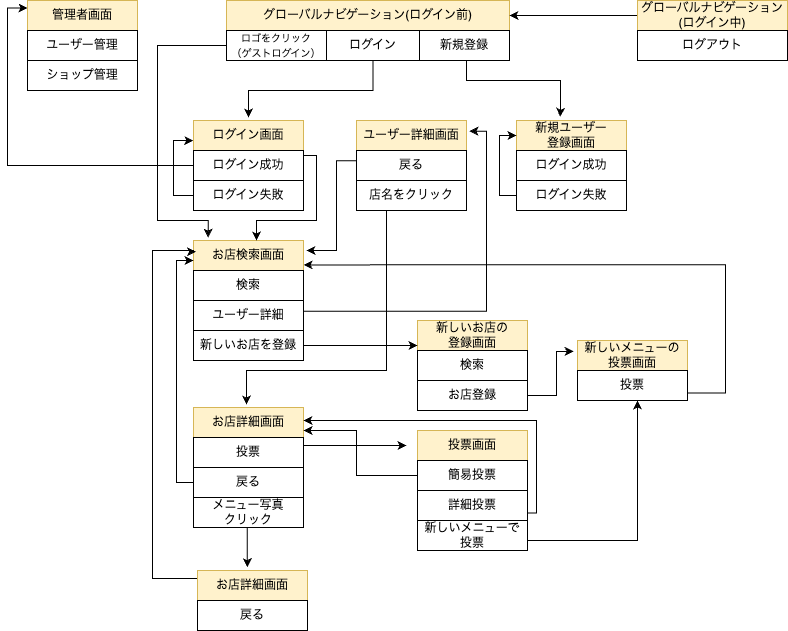
The draw.io diagram img/ジモグル画面遷移.png in yuko-fu/jimoguru, before a commit. Source tidied: cells renumbered, new cells last; positions are measured from the earlier drawing's top-left corner, leaving out a move shared by most shapes.
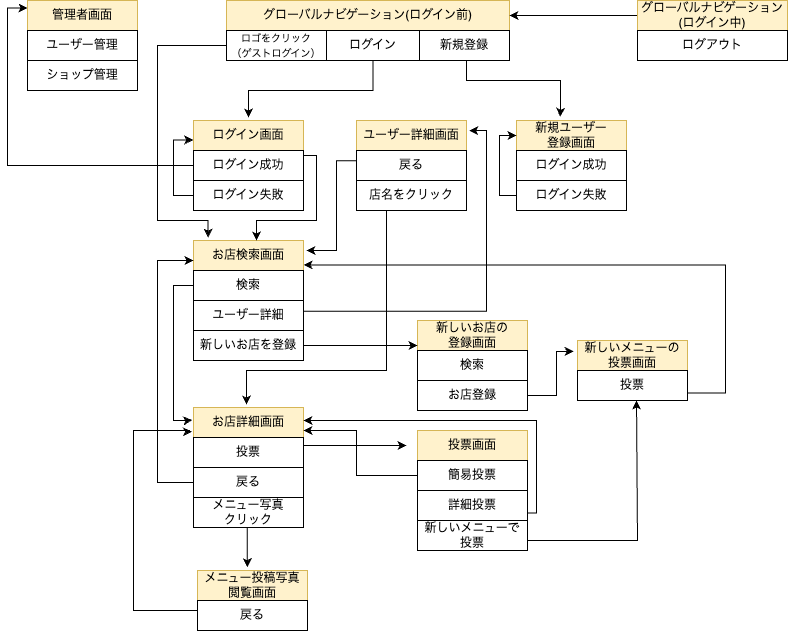
Above is the later version.

Diff of the diagram source:
```diff
@@ -106,6 +106,15 @@
     <mxCell id="25" value="ログイン失敗" style="rounded=0;whiteSpace=wrap;html=1;" parent="1" vertex="1">
       <mxGeometry x="489" y="180" width="110" height="30" as="geometry" />
     </mxCell>
+    <mxCell id="60" style="edgeStyle=orthogonalEdgeStyle;rounded=0;jettySize=auto;html=1;exitX=0;exitY=0.5;exitDx=0;exitDy=0;entryX=-0.011;entryY=0.418;entryDx=0;entryDy=0;entryPerimeter=0;" parent="1" edge="1" source="26" target="29">
+      <mxGeometry relative="1" as="geometry">
+        <Array as="points">
+          <mxPoint x="146" y="285" />
+          <mxPoint x="146" y="420" />
+          <mxPoint x="160" y="420" />
+        </Array>
+      </mxGeometry>
+    </mxCell>
     <mxCell id="26" value="検索" style="rounded=0;whiteSpace=wrap;html=1;" parent="1" vertex="1">
       <mxGeometry x="166" y="270" width="110" height="30" as="geometry" />
     </mxCell>
@@ -137,8 +146,8 @@
     <mxCell id="32" style="edgeStyle=orthogonalEdgeStyle;rounded=0;jettySize=auto;html=1;entryX=0;entryY=0.667;entryDx=0;entryDy=0;entryPerimeter=0;" parent="1" edge="1" source="33" target="16">
       <mxGeometry relative="1" as="geometry">
         <Array as="points">
-          <mxPoint x="149" y="482" />
-          <mxPoint x="149" y="260" />
+          <mxPoint x="130" y="482" />
+          <mxPoint x="130" y="260" />
         </Array>
       </mxGeometry>
     </mxCell>
@@ -220,17 +229,19 @@
     <mxCell id="46" value="メニュー写真&lt;br&gt;クリック" style="rounded=0;whiteSpace=wrap;html=1;" parent="1" vertex="1">
       <mxGeometry x="166" y="497" width="110" height="30" as="geometry" />
     </mxCell>
-    <mxCell id="47" style="edgeStyle=orthogonalEdgeStyle;rounded=0;jettySize=auto;html=1;entryX=0.022;entryY=0.372;entryDx=0;entryDy=0;entryPerimeter=0;" parent="1" edge="1" source="48" target="16">
+    <mxCell id="47" style="edgeStyle=orthogonalEdgeStyle;rounded=0;jettySize=auto;html=1;entryX=0.022;entryY=0.372;entryDx=0;entryDy=0;entryPerimeter=0;exitX=0;exitY=0.5;exitDx=0;exitDy=0;" parent="1" edge="1" source="48">
       <mxGeometry relative="1" as="geometry">
+        <mxPoint x="164.4" y="431.2" as="targetPoint" />
         <Array as="points">
-          <mxPoint x="125" y="578" />
-          <mxPoint x="125" y="250" />
-          <mxPoint x="166" y="250" />
-          <mxPoint x="166" y="251" />
+          <mxPoint x="170" y="610" />
+          <mxPoint x="106" y="610" />
+          <mxPoint x="106" y="430" />
+          <mxPoint x="162" y="430" />
+          <mxPoint x="162" y="431" />
         </Array>
       </mxGeometry>
     </mxCell>
-    <mxCell id="48" value="お店詳細画面" style="rounded=0;whiteSpace=wrap;html=1;fillColor=#fff2cc;strokeColor=#d6b656;" parent="1" vertex="1">
+    <mxCell id="48" value="メニュー投稿写真&lt;br&gt;閲覧画面" style="rounded=0;whiteSpace=wrap;html=1;fillColor=#fff2cc;strokeColor=#d6b656;" parent="1" vertex="1">
       <mxGeometry x="170" y="570" width="110" height="30" as="geometry" />
     </mxCell>
     <mxCell id="49" value="戻る" style="rounded=0;whiteSpace=wrap;html=1;" parent="1" vertex="1">
```
